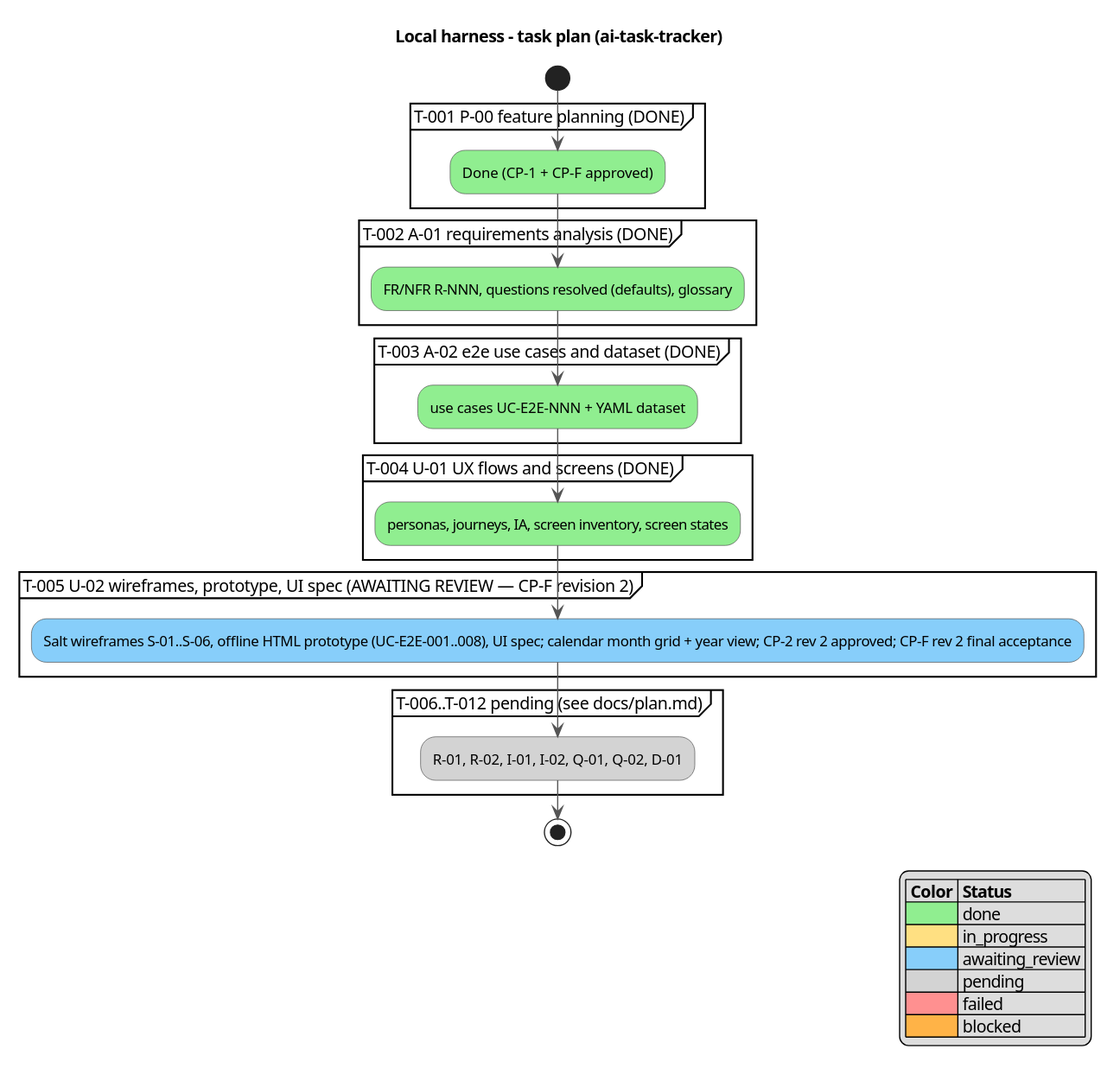
The PlantUML diagram docs/activity.svg in serge-sasov/ai-task-tracker, before a commit.
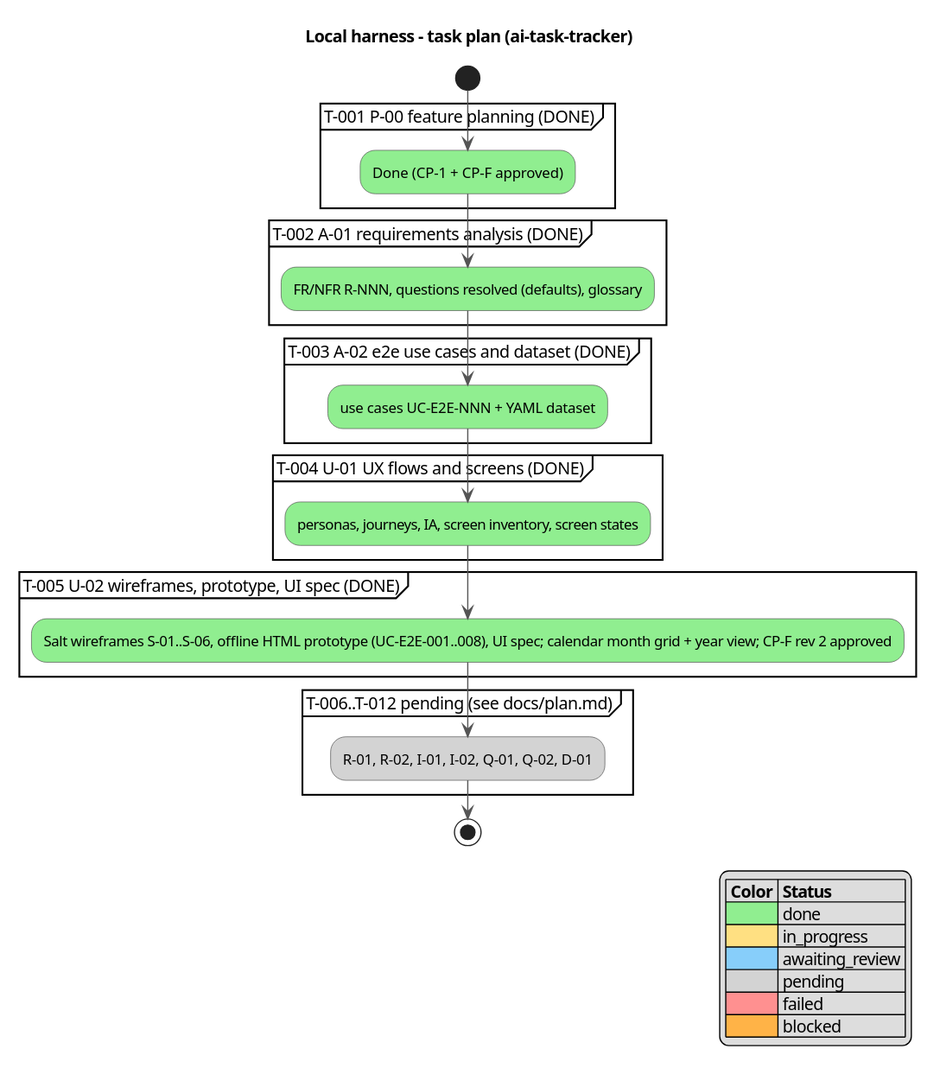
After the commit.

Commit message:
T-005: UX wireframes, prototype, UI spec (U-02) accepted

Change to the diagram source:
```diff
@@ -18,8 +18,8 @@
 partition "T-004 U-01 UX flows and screens (DONE)" {
   :personas, journeys, IA, screen inventory, screen states; <<#90EE90>>
 }
-partition "T-005 U-02 wireframes, prototype, UI spec (AWAITING REVIEW — CP-F revision 2)" {
-  :Salt wireframes S-01..S-06, offline HTML prototype (UC-E2E-001..008), UI spec; calendar month grid + year view; CP-2 rev 2 approved; CP-F rev 2 final acceptance; <<#87CEFA>>
+partition "T-005 U-02 wireframes, prototype, UI spec (DONE)" {
+  :Salt wireframes S-01..S-06, offline HTML prototype (UC-E2E-001..008), UI spec; calendar month grid + year view; CP-F rev 2 approved; <<#90EE90>>
 }
 partition "T-006..T-012 pending (see docs/plan.md)" {
   :R-01, R-02, I-01, I-02, Q-01, Q-02, D-01; <<#D3D3D3>>
```
